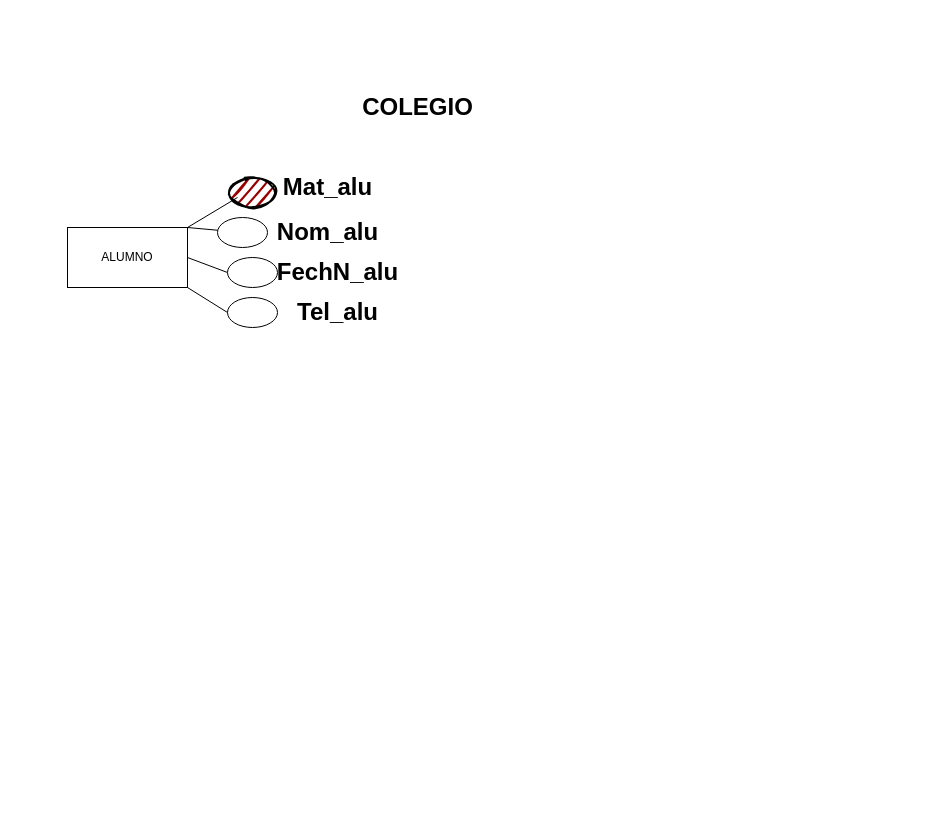
Above: Untitled Diagram.drawio in aylin2708/aylin (draw.io), before the change. Source tidied: cells renumbered, new cells numbered last; positions are measured from the earlier drawing's top-left corner, leaving out a move shared by most shapes. Both pictures are drawn from the tidied source at 100%, with x=0, y=0 at pixel (67, 87).
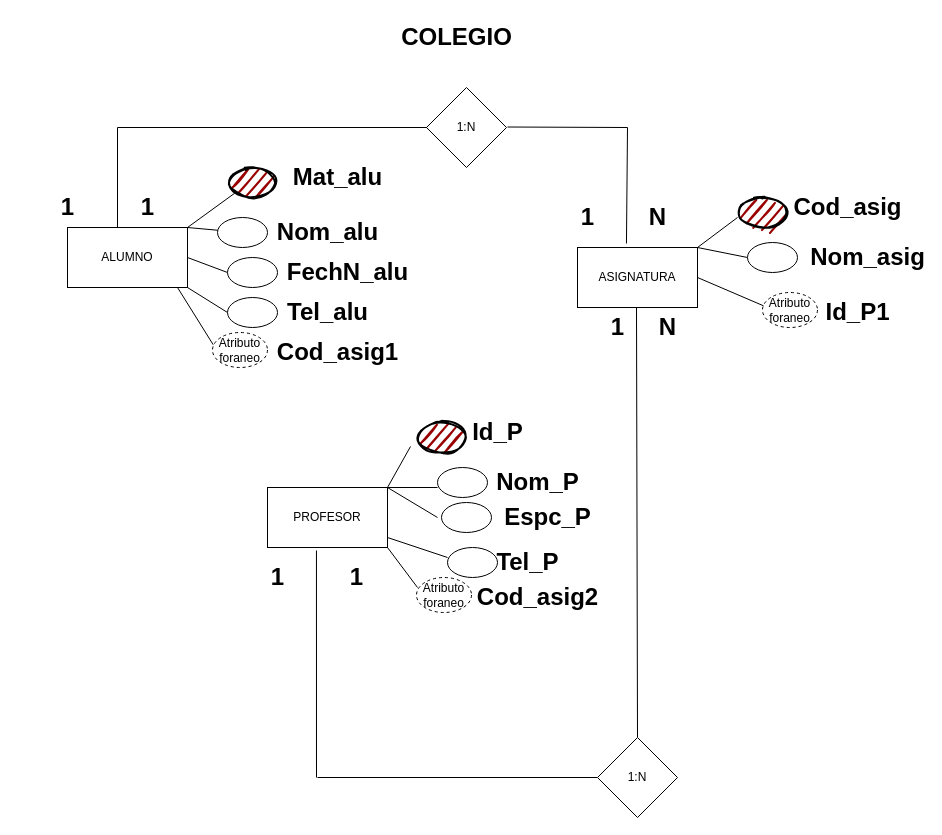
After the change.

The edit, as a diff of the source:
```diff
@@
     <mxCell id="3" value="COLEGIO" style="text;strokeColor=none;fillColor=none;html=1;fontSize=24;fontStyle=1;verticalAlign=middle;align=center;" parent="1" vertex="1">
-      <mxGeometry x="300" width="100" height="40" as="geometry" />
+      <mxGeometry x="339" y="-70" width="100" height="40" as="geometry" />
     </mxCell>
-    <mxCell id="4" style="endArrow=none;html=1;" parent="1" edge="1">
+    <mxCell id="4" style="endArrow=none;html=1;entryX=0;entryY=1;entryDx=0;entryDy=0;" parent="1" edge="1" target="5">
       <mxGeometry relative="1" as="geometry">
         <mxPoint x="120" y="140" as="sourcePoint" />
-        <mxPoint x="170" y="110" as="targetPoint" />
       </mxGeometry>
     </mxCell>
     <mxCell id="5" style="ellipse;whiteSpace=wrap;html=1;strokeWidth=2;fillWeight=2;hachureGap=8;fillColor=#990000;fillStyle=dots;sketch=1;" parent="1" vertex="1">
-      <mxGeometry x="160" y="90" width="50" height="30" as="geometry" />
+      <mxGeometry x="160" y="80" width="50" height="30" as="geometry" />
     </mxCell>
     <mxCell id="6" value="Mat_alu" style="text;strokeColor=none;fillColor=none;html=1;fontSize=24;fontStyle=1;verticalAlign=middle;align=center;" parent="1" vertex="1">
-      <mxGeometry x="210" y="80" width="100" height="40" as="geometry" />
+      <mxGeometry x="220" y="70" width="100" height="40" as="geometry" />
     </mxCell>
@@
     <mxCell id="13" value="Tel_alu" style="text;strokeColor=none;fillColor=none;html=1;fontSize=24;fontStyle=1;verticalAlign=middle;align=center;" parent="1" vertex="1">
-      <mxGeometry x="220" y="205" width="100" height="40" as="geometry" />
+      <mxGeometry x="210" y="205" width="100" height="40" as="geometry" />
     </mxCell>
     <mxCell id="14" value="FechN_alu" style="text;strokeColor=none;fillColor=none;html=1;fontSize=24;fontStyle=1;verticalAlign=middle;align=center;" parent="1" vertex="1">
-      <mxGeometry x="220" y="165" width="100" height="40" as="geometry" />
+      <mxGeometry x="230" y="165" width="100" height="40" as="geometry" />
     </mxCell>
@@
+    <mxCell id="16" value="ASIGNATURA" style="rounded=0;whiteSpace=wrap;html=1;" parent="1" vertex="1">
+      <mxGeometry x="510" y="160" width="120" height="60" as="geometry" />
+    </mxCell>
+    <mxCell id="17" style="endArrow=none;html=1;" parent="1" edge="1">
+      <mxGeometry relative="1" as="geometry">
+        <mxPoint x="630" y="160" as="sourcePoint" />
+        <mxPoint x="670" y="130" as="targetPoint" />
+      </mxGeometry>
+    </mxCell>
+    <mxCell id="18" style="ellipse;whiteSpace=wrap;html=1;strokeWidth=2;fillWeight=2;hachureGap=8;fillColor=#990000;fillStyle=dots;sketch=1;" parent="1" vertex="1">
+      <mxGeometry x="670" y="110" width="50" height="30" as="geometry" />
+    </mxCell>
+    <mxCell id="19" value="Cod_asig" style="text;strokeColor=none;fillColor=none;html=1;fontSize=24;fontStyle=1;verticalAlign=middle;align=center;" parent="1" vertex="1">
+      <mxGeometry x="730" y="100" width="100" height="40" as="geometry" />
+    </mxCell>
+    <mxCell id="20" style="endArrow=none;html=1;" parent="1" edge="1">
+      <mxGeometry relative="1" as="geometry">
+        <mxPoint x="630" y="160" as="sourcePoint" />
+        <mxPoint x="680" y="170" as="targetPoint" />
+      </mxGeometry>
+    </mxCell>
+    <mxCell id="21" style="ellipse;whiteSpace=wrap;html=1;" parent="1" vertex="1">
+      <mxGeometry x="680" y="155" width="50" height="30" as="geometry" />
+    </mxCell>
+    <mxCell id="22" value="Nom_asig" style="text;strokeColor=none;fillColor=none;html=1;fontSize=24;fontStyle=1;verticalAlign=middle;align=center;" parent="1" vertex="1">
+      <mxGeometry x="750" y="150" width="100" height="40" as="geometry" />
+    </mxCell>
+    <mxCell id="23" value="PROFESOR" style="rounded=0;whiteSpace=wrap;html=1;" parent="1" vertex="1">
+      <mxGeometry x="200" y="400" width="120" height="60" as="geometry" />
+    </mxCell>
+    <mxCell id="24" style="ellipse;whiteSpace=wrap;html=1;strokeWidth=2;fillWeight=2;hachureGap=8;fillColor=#990000;fillStyle=dots;sketch=1;" parent="1" vertex="1">
+      <mxGeometry x="349" y="335" width="50" height="30" as="geometry" />
+    </mxCell>
+    <mxCell id="25" style="endArrow=none;html=1;entryX=-0.12;entryY=0.8;entryDx=0;entryDy=0;entryPerimeter=0;" parent="1" edge="1" target="24">
+      <mxGeometry relative="1" as="geometry">
+        <mxPoint x="320" y="400" as="sourcePoint" />
+      </mxGeometry>
+    </mxCell>
+    <mxCell id="26" value="Id_P" style="text;strokeColor=none;fillColor=none;html=1;fontSize=24;fontStyle=1;verticalAlign=middle;align=center;" parent="1" vertex="1">
+      <mxGeometry x="380" y="325" width="100" height="40" as="geometry" />
+    </mxCell>
+    <mxCell id="27" style="endArrow=none;html=1;" parent="1" edge="1">
+      <mxGeometry relative="1" as="geometry">
+        <mxPoint x="320" y="400" as="sourcePoint" />
+        <mxPoint x="370" y="400" as="targetPoint" />
+      </mxGeometry>
+    </mxCell>
+    <mxCell id="28" style="ellipse;whiteSpace=wrap;html=1;" parent="1" vertex="1">
+      <mxGeometry x="370" y="380" width="50" height="30" as="geometry" />
+    </mxCell>
+    <mxCell id="29" style="endArrow=none;html=1;" parent="1" edge="1">
+      <mxGeometry relative="1" as="geometry">
+        <mxPoint x="320" y="400" as="sourcePoint" />
+        <mxPoint x="370" y="430" as="targetPoint" />
+      </mxGeometry>
+    </mxCell>
+    <mxCell id="30" style="ellipse;whiteSpace=wrap;html=1;" parent="1" vertex="1">
+      <mxGeometry x="374" y="415" width="50" height="30" as="geometry" />
+    </mxCell>
+    <mxCell id="31" style="endArrow=none;html=1;" parent="1" edge="1">
+      <mxGeometry relative="1" as="geometry">
+        <mxPoint x="320" y="450" as="sourcePoint" />
+        <mxPoint x="380" y="470" as="targetPoint" />
+      </mxGeometry>
+    </mxCell>
+    <mxCell id="32" style="ellipse;whiteSpace=wrap;html=1;" parent="1" vertex="1">
+      <mxGeometry x="380" y="460" width="50" height="30" as="geometry" />
+    </mxCell>
+    <mxCell id="33" value="Nom_P" style="text;strokeColor=none;fillColor=none;html=1;fontSize=24;fontStyle=1;verticalAlign=middle;align=center;" parent="1" vertex="1">
+      <mxGeometry x="420" y="375" width="100" height="40" as="geometry" />
+    </mxCell>
+    <mxCell id="34" value="Tel_P" style="text;strokeColor=none;fillColor=none;html=1;fontSize=24;fontStyle=1;verticalAlign=middle;align=center;" parent="1" vertex="1">
+      <mxGeometry x="410" y="455" width="100" height="40" as="geometry" />
+    </mxCell>
+    <mxCell id="35" value="Espc_P" style="text;strokeColor=none;fillColor=none;html=1;fontSize=24;fontStyle=1;verticalAlign=middle;align=center;" parent="1" vertex="1">
+      <mxGeometry x="430" y="410" width="100" height="40" as="geometry" />
+    </mxCell>
+    <mxCell id="36" style="endArrow=none;html=1;" parent="1" edge="1">
+      <mxGeometry relative="1" as="geometry">
+        <mxPoint x="50" y="140" as="sourcePoint" />
+        <mxPoint x="50" y="40" as="targetPoint" />
+      </mxGeometry>
+    </mxCell>
+    <mxCell id="37" style="endArrow=none;html=1;" parent="1" edge="1">
+      <mxGeometry relative="1" as="geometry">
+        <mxPoint x="50" y="40" as="sourcePoint" />
+        <mxPoint x="360" y="40" as="targetPoint" />
+      </mxGeometry>
+    </mxCell>
+    <mxCell id="38" value="1:N" style="rhombus;whiteSpace=wrap;html=1;" parent="1" vertex="1">
+      <mxGeometry x="359" width="80" height="80" as="geometry" />
+    </mxCell>
+    <mxCell id="39" style="endArrow=none;html=1;" parent="1" edge="1">
+      <mxGeometry relative="1" as="geometry">
+        <mxPoint x="440" y="39.5" as="sourcePoint" />
+        <mxPoint x="560" y="40" as="targetPoint" />
+      </mxGeometry>
+    </mxCell>
+    <mxCell id="40" style="endArrow=none;html=1;exitX=0.408;exitY=-0.067;exitDx=0;exitDy=0;exitPerimeter=0;" parent="1" edge="1" source="16">
+      <mxGeometry relative="1" as="geometry">
+        <mxPoint x="560" y="40" as="targetPoint" />
+      </mxGeometry>
+    </mxCell>
+    <mxCell id="41" style="endArrow=none;html=1;" parent="1" edge="1">
+      <mxGeometry relative="1" as="geometry">
+        <mxPoint x="50" y="140" as="sourcePoint" />
+        <mxPoint x="50" y="140" as="targetPoint" />
+      </mxGeometry>
+    </mxCell>
+    <mxCell id="42" value="1" style="text;strokeColor=none;fillColor=none;html=1;fontSize=24;fontStyle=1;verticalAlign=middle;align=center;" parent="1" vertex="1">
+      <mxGeometry x="-50" y="100" width="100" height="40" as="geometry" />
+    </mxCell>
+    <mxCell id="43" value="1" style="text;strokeColor=none;fillColor=none;html=1;fontSize=24;fontStyle=1;verticalAlign=middle;align=center;" parent="1" vertex="1">
+      <mxGeometry x="30" y="100" width="100" height="40" as="geometry" />
+    </mxCell>
+    <mxCell id="44" value="1" style="text;strokeColor=none;fillColor=none;html=1;fontSize=24;fontStyle=1;verticalAlign=middle;align=center;" parent="1" vertex="1">
+      <mxGeometry x="470" y="110" width="100" height="40" as="geometry" />
+    </mxCell>
+    <mxCell id="45" value="N" style="text;strokeColor=none;fillColor=none;html=1;fontSize=24;fontStyle=1;verticalAlign=middle;align=center;" parent="1" vertex="1">
+      <mxGeometry x="540" y="110" width="100" height="40" as="geometry" />
+    </mxCell>
+    <mxCell id="46" style="endArrow=none;html=1;entryX=0.013;entryY=0.35;entryDx=0;entryDy=0;entryPerimeter=0;" parent="1" edge="1" target="47">
+      <mxGeometry relative="1" as="geometry">
+        <mxPoint x="110" y="200" as="sourcePoint" />
+      </mxGeometry>
+    </mxCell>
+    <mxCell id="47" value="Atributo foraneo" style="ellipse;whiteSpace=wrap;html=1;align=center;dashed=1;" parent="1" vertex="1">
+      <mxGeometry x="145" y="245" width="55" height="35" as="geometry" />
+    </mxCell>
+    <mxCell id="48" value="Cod_asig1" style="text;strokeColor=none;fillColor=none;html=1;fontSize=24;fontStyle=1;verticalAlign=middle;align=center;" parent="1" vertex="1">
+      <mxGeometry x="220" y="245" width="100" height="40" as="geometry" />
+    </mxCell>
+    <mxCell id="49" style="endArrow=none;html=1;" parent="1" edge="1">
+      <mxGeometry relative="1" as="geometry">
+        <mxPoint x="570" y="650" as="sourcePoint" />
+        <mxPoint x="569" y="220" as="targetPoint" />
+      </mxGeometry>
+    </mxCell>
+    <mxCell id="50" style="endArrow=none;html=1;" parent="1" edge="1" target="51">
+      <mxGeometry relative="1" as="geometry">
+        <mxPoint x="250" y="690" as="sourcePoint" />
+      </mxGeometry>
+    </mxCell>
+    <mxCell id="51" value="1:N" style="rhombus;whiteSpace=wrap;html=1;" parent="1" vertex="1">
+      <mxGeometry x="530" y="650" width="80" height="80" as="geometry" />
+    </mxCell>
+    <mxCell id="52" style="endArrow=none;html=1;entryX=0.408;entryY=1.05;entryDx=0;entryDy=0;entryPerimeter=0;" parent="1" edge="1" target="23">
+      <mxGeometry relative="1" as="geometry">
+        <mxPoint x="249" y="690" as="sourcePoint" />
+      </mxGeometry>
+    </mxCell>
+    <mxCell id="53" value="1" style="text;strokeColor=none;fillColor=none;html=1;fontSize=24;fontStyle=1;verticalAlign=middle;align=center;" parent="1" vertex="1">
+      <mxGeometry x="160" y="470" width="100" height="40" as="geometry" />
+    </mxCell>
+    <mxCell id="54" value="1" style="text;strokeColor=none;fillColor=none;html=1;fontSize=24;fontStyle=1;verticalAlign=middle;align=center;" parent="1" vertex="1">
+      <mxGeometry x="239" y="470" width="100" height="40" as="geometry" />
+    </mxCell>
+    <mxCell id="55" value="1" style="text;strokeColor=none;fillColor=none;html=1;fontSize=24;fontStyle=1;verticalAlign=middle;align=center;" parent="1" vertex="1">
+      <mxGeometry x="500" y="220" width="100" height="40" as="geometry" />
+    </mxCell>
+    <mxCell id="56" value="N" style="text;strokeColor=none;fillColor=none;html=1;fontSize=24;fontStyle=1;verticalAlign=middle;align=center;" parent="1" vertex="1">
+      <mxGeometry x="550" y="220" width="100" height="40" as="geometry" />
+    </mxCell>
+    <mxCell id="57" style="endArrow=none;html=1;" parent="1" edge="1">
+      <mxGeometry relative="1" as="geometry">
+        <mxPoint x="320" y="460" as="sourcePoint" />
+        <mxPoint x="350" y="500" as="targetPoint" />
+      </mxGeometry>
+    </mxCell>
+    <mxCell id="58" value="Atributo foraneo" style="ellipse;whiteSpace=wrap;html=1;align=center;dashed=1;" parent="1" vertex="1">
+      <mxGeometry x="349" y="490" width="55" height="35" as="geometry" />
+    </mxCell>
+    <mxCell id="59" value="Cod_asig2" style="text;strokeColor=none;fillColor=none;html=1;fontSize=24;fontStyle=1;verticalAlign=middle;align=center;" parent="1" vertex="1">
+      <mxGeometry x="420" y="490" width="100" height="40" as="geometry" />
+    </mxCell>
+    <mxCell id="60" style="endArrow=none;html=1;exitX=1;exitY=0.5;exitDx=0;exitDy=0;" parent="1" edge="1" source="16">
+      <mxGeometry relative="1" as="geometry">
+        <mxPoint x="700" y="220" as="targetPoint" />
+      </mxGeometry>
+    </mxCell>
+    <mxCell id="61" value="Atributo foraneo" style="ellipse;whiteSpace=wrap;html=1;align=center;dashed=1;" parent="1" vertex="1">
+      <mxGeometry x="695" y="205" width="55" height="35" as="geometry" />
+    </mxCell>
+    <mxCell id="62" value="Id_P1" style="text;strokeColor=none;fillColor=none;html=1;fontSize=24;fontStyle=1;verticalAlign=middle;align=center;" parent="1" vertex="1">
+      <mxGeometry x="740" y="205" width="100" height="40" as="geometry" />
+    </mxCell>
```
